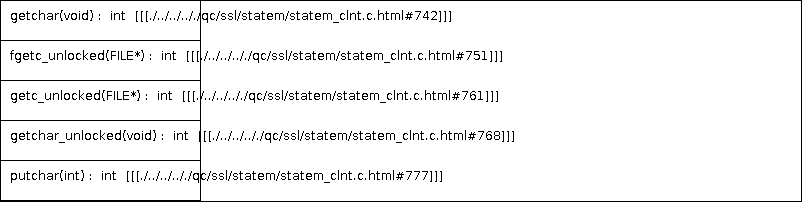
This is docs/qc/ssl/statem/statem_clnt.c.png from qualitesys/openssl, a PlantUML export, as it was before one commit. Its source is kept beside it as docs/qc/ssl/statem/statem_clnt.c.puml.
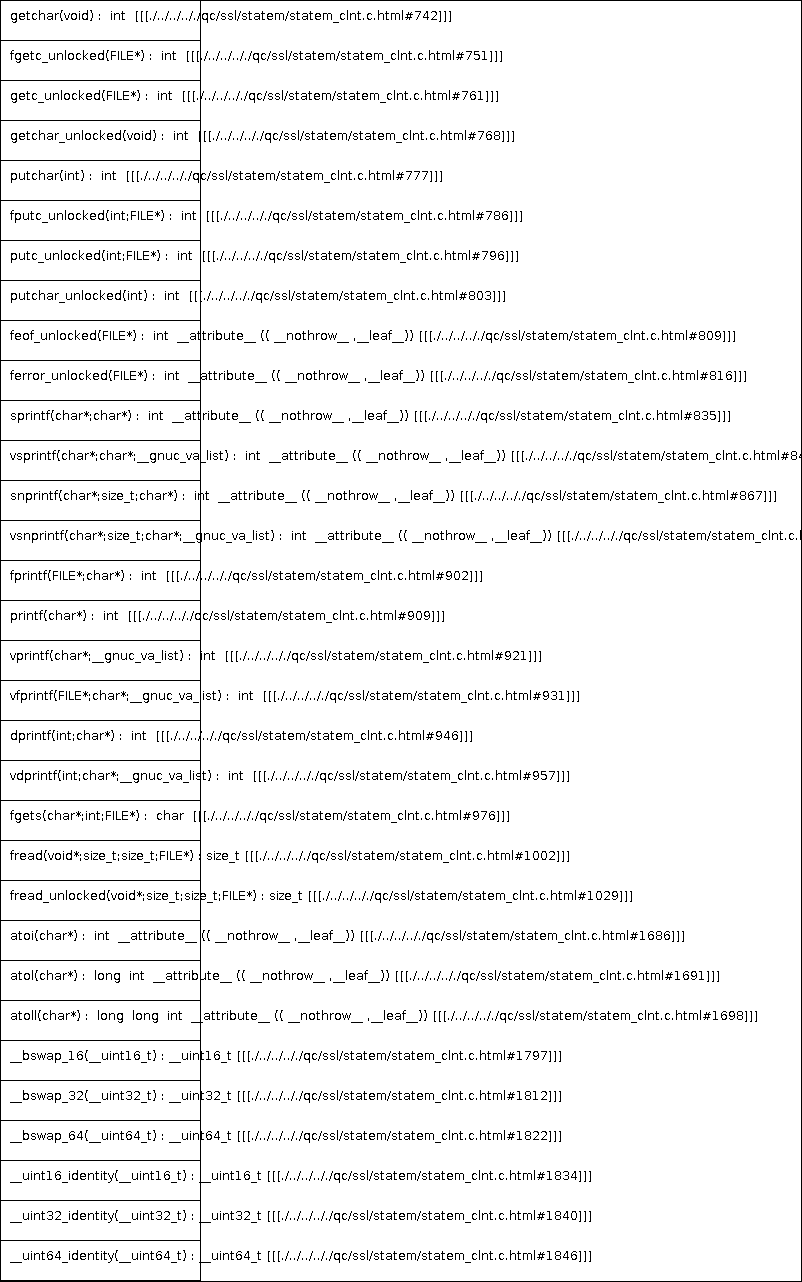
The same diagram one commit later.

The edit, as a diff of the source:
```diff
@@ -6,5 +6,32 @@
 getc_unlocked(FILE*) :  int  [[[./../../.././qc/ssl/statem/statem_clnt.c.html#761]]]
 getchar_unlocked(void) :  int  [[[./../../.././qc/ssl/statem/statem_clnt.c.html#768]]]
 putchar(int) :  int  [[[./../../.././qc/ssl/statem/statem_clnt.c.html#777]]]
+fputc_unlocked(int;FILE*) :  int  [[[./../../.././qc/ssl/statem/statem_clnt.c.html#786]]]
+putc_unlocked(int;FILE*) :  int  [[[./../../.././qc/ssl/statem/statem_clnt.c.html#796]]]
+putchar_unlocked(int) :  int  [[[./../../.././qc/ssl/statem/statem_clnt.c.html#803]]]
+feof_unlocked(FILE*) :  int  __attribute__ (( __nothrow__ ,__leaf__)) [[[./../../.././qc/ssl/statem/statem_clnt.c.html#809]]]
+ferror_unlocked(FILE*) :  int  __attribute__ (( __nothrow__ ,__leaf__)) [[[./../../.././qc/ssl/statem/statem_clnt.c.html#816]]]
+sprintf(char*;char*) :  int  __attribute__ (( __nothrow__ ,__leaf__)) [[[./../../.././qc/ssl/statem/statem_clnt.c.html#835]]]
+vsprintf(char*;char*;__gnuc_va_list) :  int  __attribute__ (( __nothrow__ ,__leaf__)) [[[./../../.././qc/ssl/statem/statem_clnt.c.html#848]]]
+snprintf(char*;size_t;char*) :  int  __attribute__ (( __nothrow__ ,__leaf__)) [[[./../../.././qc/ssl/statem/statem_clnt.c.html#867]]]
+vsnprintf(char*;size_t;char*;__gnuc_va_list) :  int  __attribute__ (( __nothrow__ ,__leaf__)) [[[./../../.././qc/ssl/statem/statem_clnt.c.html#881]]]
+fprintf(FILE*;char*) :  int  [[[./../../.././qc/ssl/statem/statem_clnt.c.html#902]]]
+printf(char*) :  int  [[[./../../.././qc/ssl/statem/statem_clnt.c.html#909]]]
+vprintf(char*;__gnuc_va_list) :  int  [[[./../../.././qc/ssl/statem/statem_clnt.c.html#921]]]
+vfprintf(FILE*;char*;__gnuc_va_list) :  int  [[[./../../.././qc/ssl/statem/statem_clnt.c.html#931]]]
+dprintf(int;char*) :  int  [[[./../../.././qc/ssl/statem/statem_clnt.c.html#946]]]
+vdprintf(int;char*;__gnuc_va_list) :  int  [[[./../../.././qc/ssl/statem/statem_clnt.c.html#957]]]
+fgets(char*;int;FILE*) :  char  [[[./../../.././qc/ssl/statem/statem_clnt.c.html#976]]]
+fread(void*;size_t;size_t;FILE*) : size_t [[[./../../.././qc/ssl/statem/statem_clnt.c.html#1002]]]
+fread_unlocked(void*;size_t;size_t;FILE*) : size_t [[[./../../.././qc/ssl/statem/statem_clnt.c.html#1029]]]
+atoi(char*) :  int  __attribute__ (( __nothrow__ ,__leaf__)) [[[./../../.././qc/ssl/statem/statem_clnt.c.html#1686]]]
+atol(char*) :  long  int  __attribute__ (( __nothrow__ ,__leaf__)) [[[./../../.././qc/ssl/statem/statem_clnt.c.html#1691]]]
+atoll(char*) :  long  long  int  __attribute__ (( __nothrow__ ,__leaf__)) [[[./../../.././qc/ssl/statem/statem_clnt.c.html#1698]]]
+__bswap_16(__uint16_t) : __uint16_t [[[./../../.././qc/ssl/statem/statem_clnt.c.html#1797]]]
+__bswap_32(__uint32_t) : __uint32_t [[[./../../.././qc/ssl/statem/statem_clnt.c.html#1812]]]
+__bswap_64(__uint64_t) : __uint64_t [[[./../../.././qc/ssl/statem/statem_clnt.c.html#1822]]]
+__uint16_identity(__uint16_t) : __uint16_t [[[./../../.././qc/ssl/statem/statem_clnt.c.html#1834]]]
+__uint32_identity(__uint32_t) : __uint32_t [[[./../../.././qc/ssl/statem/statem_clnt.c.html#1840]]]
+__uint64_identity(__uint64_t) : __uint64_t [[[./../../.././qc/ssl/statem/statem_clnt.c.html#1846]]]
 }
 @enduml
```
